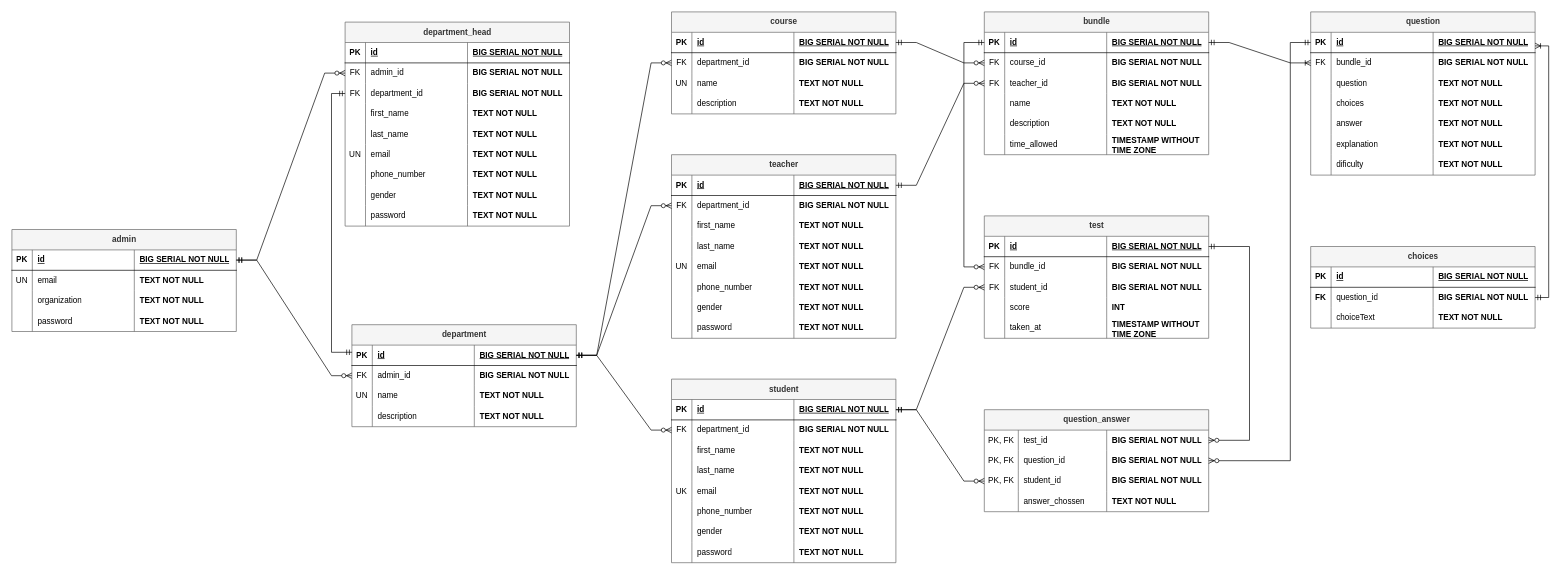
This is images/PREPMASTER.drawio from abel-cosmic/PrepMaster-API, a draw.io file, before an edit. Source tidied: cells renumbered, new cells numbered last; positions are measured from the earlier drawing's top-left corner, leaving out a move shared by most shapes. Both pictures are drawn from the tidied source at 68%, with x=0, y=0 at pixel (12, 12).
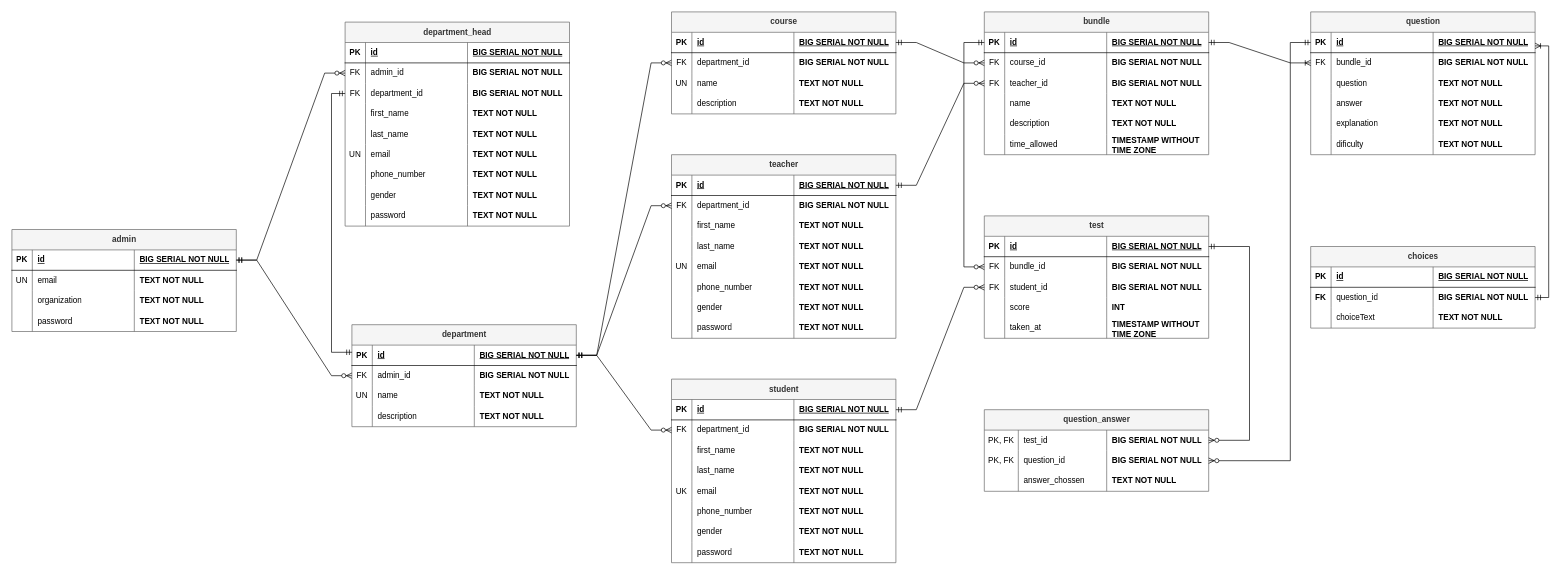
The same diagram, later.

Unchanged cells that the change refers to:
```xml
<mxCell id="95" style="shape=tableRow;horizontal=0;startSize=0;swimlaneHead=0;swimlaneBody=0;fillColor=none;points=[[0,0.5],[1,0.5]];portConstraint=eastwest;top=0;left=0;right=0;bottom=1;" parent="94" vertex="1">
  <mxGeometry y="30" width="330" height="30" as="geometry" />
</mxCell>
```

What changed in the source:
```diff
@@
     <mxCell id="182" value="question" style="shape=table;startSize=30;childLayout=tableLayout;rowLines=0;fontStyle=1;align=center;html=1;fillColor=#f5f5f5;fontColor=#333333;strokeColor=#666666;" parent="1" vertex="1">
-      <mxGeometry x="1910" width="330" height="240" as="geometry" />
+      <mxGeometry x="1910" width="330" height="210" as="geometry" />
     </mxCell>
@@
-    <mxCell id="195" style="shape=tableRow;horizontal=0;startSize=0;swimlaneHead=0;swimlaneBody=0;fillColor=none;top=0;left=0;right=0;bottom=0;" parent="182" vertex="1">
-      <mxGeometry y="120" width="330" height="30" as="geometry" />
-    </mxCell>
-    <mxCell id="196" style="shape=partialRectangle;fillColor=none;top=0;left=0;bottom=0;right=0;overflow=hidden;whiteSpace=wrap;html=1;" parent="195" vertex="1">
-      <mxGeometry width="30" height="30" as="geometry" />
-    </mxCell>
-    <mxCell id="197" value="choices" style="shape=partialRectangle;fillColor=none;top=0;left=0;bottom=0;right=0;align=left;spacingLeft=6;overflow=hidden;whiteSpace=wrap;html=1;" parent="195" vertex="1">
-      <mxGeometry x="30" width="150" height="30" as="geometry" />
-    </mxCell>
-    <mxCell id="198" value="&lt;b style=&quot;border-color: var(--border-color);&quot;&gt;TEXT NOT NULL&lt;/b&gt;" style="shape=partialRectangle;fillColor=none;top=0;left=0;bottom=0;right=0;align=left;spacingLeft=6;overflow=hidden;whiteSpace=wrap;html=1;" parent="195" vertex="1">
-      <mxGeometry x="180" width="150" height="30" as="geometry" />
-    </mxCell>
     <mxCell id="199" style="shape=tableRow;horizontal=0;startSize=0;swimlaneHead=0;swimlaneBody=0;fillColor=none;top=0;left=0;right=0;bottom=0;" parent="182" vertex="1">
-      <mxGeometry y="150" width="330" height="30" as="geometry" />
+      <mxGeometry y="120" width="330" height="30" as="geometry" />
     </mxCell>
@@
     <mxCell id="203" style="shape=tableRow;horizontal=0;startSize=0;swimlaneHead=0;swimlaneBody=0;fillColor=none;top=0;left=0;right=0;bottom=0;" parent="182" vertex="1">
-      <mxGeometry y="180" width="330" height="30" as="geometry" />
+      <mxGeometry y="150" width="330" height="30" as="geometry" />
     </mxCell>
@@
     <mxCell id="207" style="shape=tableRow;horizontal=0;startSize=0;swimlaneHead=0;swimlaneBody=0;fillColor=none;top=0;left=0;right=0;bottom=0;" parent="182" vertex="1">
-      <mxGeometry y="210" width="330" height="30" as="geometry" />
+      <mxGeometry y="180" width="330" height="30" as="geometry" />
     </mxCell>
@@
     <mxCell id="233" value="question_answer" style="shape=table;startSize=30;childLayout=tableLayout;rowLines=0;fontStyle=1;align=center;html=1;fillColor=#f5f5f5;fontColor=#333333;strokeColor=#666666;" parent="1" vertex="1">
-      <mxGeometry x="1430" y="585" width="330" height="150" as="geometry" />
+      <mxGeometry x="1430" y="585" width="330" height="120" as="geometry" />
     </mxCell>
@@
-    <mxCell id="242" style="shape=tableRow;horizontal=0;startSize=0;swimlaneHead=0;swimlaneBody=0;fillColor=none;points=[[0,0.5],[1,0.5]];portConstraint=eastwest;top=0;left=0;right=0;bottom=0;" parent="233" vertex="1">
-      <mxGeometry y="90" width="330" height="30" as="geometry" />
-    </mxCell>
-    <mxCell id="243" value="PK, FK" style="shape=partialRectangle;fillColor=none;top=0;left=0;bottom=0;right=0;overflow=hidden;whiteSpace=wrap;html=1;" parent="242" vertex="1">
-      <mxGeometry width="50" height="30" as="geometry" />
-    </mxCell>
-    <mxCell id="244" value="student_id" style="shape=partialRectangle;fillColor=none;top=0;left=0;bottom=0;right=0;align=left;spacingLeft=6;overflow=hidden;whiteSpace=wrap;html=1;" parent="242" vertex="1">
-      <mxGeometry x="50" width="130" height="30" as="geometry" />
-    </mxCell>
-    <mxCell id="245" value="&lt;b style=&quot;border-color: var(--border-color);&quot;&gt;BIG SERIAL NOT NULL&lt;/b&gt;" style="shape=partialRectangle;fillColor=none;top=0;left=0;bottom=0;right=0;align=left;spacingLeft=6;overflow=hidden;whiteSpace=wrap;html=1;" parent="242" vertex="1">
-      <mxGeometry x="180" width="150" height="30" as="geometry" />
-    </mxCell>
     <mxCell id="246" style="shape=tableRow;horizontal=0;startSize=0;swimlaneHead=0;swimlaneBody=0;fillColor=none;top=0;left=0;right=0;bottom=0;" parent="233" vertex="1">
-      <mxGeometry y="120" width="330" height="30" as="geometry" />
+      <mxGeometry y="90" width="330" height="30" as="geometry" />
     </mxCell>
@@
-    <mxCell id="258" style="edgeStyle=entityRelationEdgeStyle;fontSize=12;html=1;endArrow=ERzeroToMany;startArrow=ERmandOne;rounded=0;" parent="1" edge="1" source="95" target="242">
-      <mxGeometry relative="1" as="geometry" />
-    </mxCell>
```
